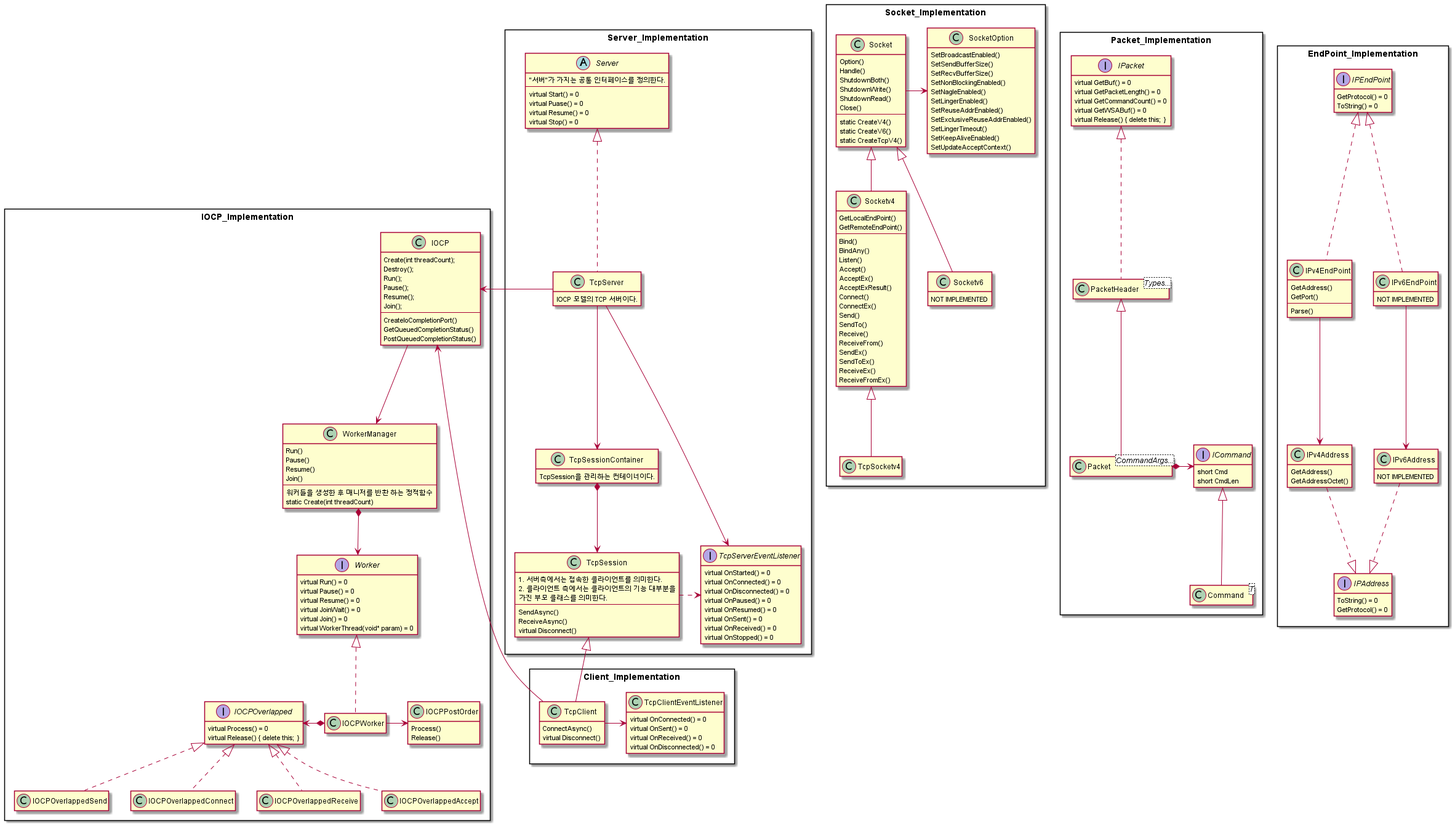
This is Documents/Images/NetworkStructure.png from yjd6808/_YJD_Harmony, a PlantUML export, as it was before one commit. Its source is kept beside it as Documents/Structure/NetworkStructure.puml. The source it was exported from:
```plantuml
@startuml NetworkStructure

hide empty methods
hide empty fields

rectangle EndPoint_Implementation {
    interface IPEndPoint {
        GetProtocol() = 0
        ToString() = 0
    }

    class IPv4EndPoint {
        GetAddress()
        GetPort()
        ---
        Parse()
    }
    class IPv6EndPoint {
        NOT IMPLEMENTED
    }

    interface IPAddress {
        ToString() = 0
        GetProtocol() = 0
    }
    class IPv4Address {
        GetAddress()
        GetAddressOctet()
    }
    class IPv6Address {
        NOT IMPLEMENTED
    }

    IPv4EndPoint .u.|> IPEndPoint
    IPv6EndPoint .u.|> IPEndPoint

    IPv4Address .d.|> IPAddress
    IPv6Address .d.|> IPAddress

    IPv4EndPoint -d-> IPv4Address
    IPv6EndPoint -d-> IPv6Address
}

rectangle Server_Implementation {
    abstract Server {
       "서버"가 가지는 공통 인터페이스를 정의한다.
       ---
       virtual Start() = 0
       virtual Puase() = 0
       virtual Resume() = 0
       virtual Stop() = 0
    }
    class TcpServer {
        IOCP 모델의 TCP 서버이다.
    }

    class TcpSession {
        1. 서버측에서는 접속한 클라이언트를 의미한다.
        2. 클라이언트 측에서는 클라이언트의 기능 대부분을
        가진 부모 클래스를 의미한다.
        ---
        SendAsync()
        ReceiveAsync()
        virtual Disconnect()
    }

    class TcpSessionContainer {
        TcpSession을 관리하는 컨테이너이다.
    }

    interface TcpServerEventListener {
        virtual OnStarted() = 0
        virtual OnConnected() = 0
        virtual OnDisconnected() = 0
        virtual OnPaused() = 0
        virtual OnResumed() = 0
        virtual OnSent() = 0
        virtual OnReceived() = 0
        virtual OnStopped() = 0
    }

    TcpServer .u.|> Server
    TcpServer --> TcpSessionContainer
    TcpSessionContainer *--> TcpSession
    TcpServer -r-> TcpServerEventListener
    TcpSession .r.> TcpServerEventListener
}

rectangle Client_Implementation {
    class TcpClient {
        ConnectAsync()
        virtual Disconnect()
    }
    class TcpClientEventListener {
        virtual OnConnected() = 0
        virtual OnSent() = 0
        virtual OnReceived() = 0
        virtual OnDisconnected() = 0
    }

    TcpClient -r-> TcpClientEventListener
}

rectangle IOCP_Implementation {
    class IOCP {
        Create(int threadCount);
        Destroy();
        Run();
        Pause();
        Resume();
        Join();
        ---
        CreateIoCompletionPort()
        GetQueuedCompletionStatus()
        PostQueuedCompletionStatus()
    }

    class WorkerManager {
        Run()
        Pause()
        Resume()
        Join()
        ---
        워커들을 생성한 후 매니저를 반환 하는 정적함수
        static Create(int threadCount)
    }

    interface Worker {
        virtual Run() = 0
        virtual Pause() = 0
        virtual Resume() = 0
        virtual JoinWait() = 0
        virtual Join() = 0
        virtual WorkerThread(void* param) = 0
    }
    class IOCPWorker
    class IOCPPostOrder {
        Process()
        Release()
    }

    interface IOCPOverlapped {
        virtual Process() = 0
        virtual Release() { delete this; }
    }

    IOCP --> WorkerManager
    IOCPWorker .u.|> Worker
    WorkerManager *--> Worker

    IOCPWorker *-l-> IOCPOverlapped
    IOCPWorker -r-> IOCPPostOrder

    IOCPOverlappedSend .u.|> IOCPOverlapped
    IOCPOverlappedConnect .u.|> IOCPOverlapped
    IOCPOverlappedReceive .u.|> IOCPOverlapped
    IOCPOverlappedAccept .u.|> IOCPOverlapped
}

rectangle Socket_Implementation {
    class Socket {
        Option()
        Handle()
        ShutdownBoth()
        ShutdownWrite()
        ShutdownRead()
        Close()
        ---
        static CreateV4()
        static CreateV6()
        static CreateTcpV4()
    }
    class Socketv4 {
        GetLocalEndPoint()
        GetRemoteEndPoint()
        ---
        Bind()
        BindAny()
        Listen()
        Accept()
        AcceptEx()
        AcceptExResult()
        Connect()
        ConnectEx()
        Send()
        SendTo()
        Receive()
        ReceiveFrom()
        SendEx()
        SendToEx()
        ReceiveEx()
        ReceiveFromEx()
    }

    class Socketv6 {
        NOT IMPLEMENTED
    }

    class TcpSocketv4
    class SocketOption {
         SetBroadcastEnabled()
         SetSendBufferSize()
         SetRecvBufferSize()
         SetNonBlockingEnabled()
         SetNagleEnabled()
         SetLingerEnabled()
         SetReuseAddrEnabled()
         SetExclusiveReuseAddrEnabled()
         SetLingerTimeout()
         SetKeepAliveEnabled()
         SetUpdateAcceptContext()
    }

    Socketv4 -u-|> Socket
    Socketv6 -u-|> Socket
    TcpSocketv4 -u-|> Socketv4
    Socket -r-> SocketOption
}


rectangle Packet_Implementation {
    interface ICommand {
        short Cmd
        short CmdLen
    }

    class Command<T>

    interface IPacket {
        virtual GetBuf() = 0
        virtual GetPacketLength() = 0
        virtual GetCommandCount() = 0
        virtual GetWSABuf() = 0
        virtual Release() { delete this; }
    }

    class PacketHeader<Types...>
    class Packet<CommandArgs...>

    Command -u-|> ICommand
    PacketHeader .u.|> IPacket
    Packet -u-|> PacketHeader
    Packet *-r-> ICommand
}

TcpClient -u-|> TcpSession
TcpServer -l-> IOCP
TcpClient -r-> IOCP



@enduml
```
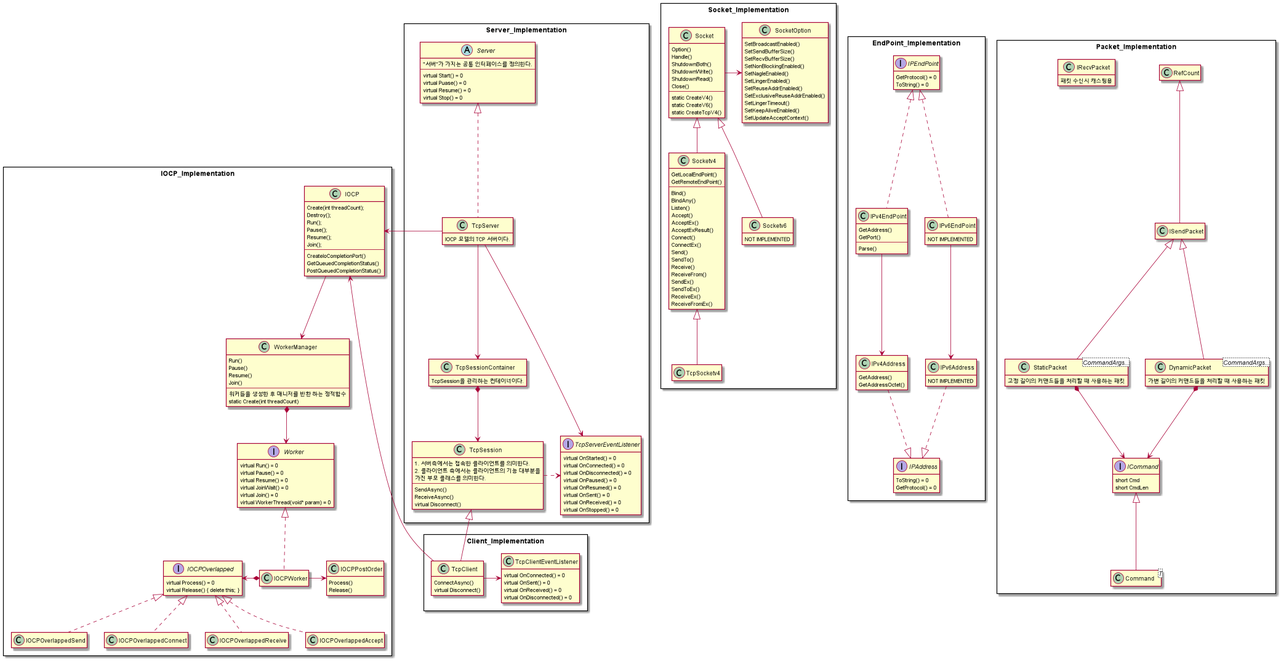
Above is the later version.

Diff of the diagram source:
```diff
@@ -226,21 +226,26 @@
 
     class Command<T>
 
-    interface IPacket {
-        virtual GetBuf() = 0
-        virtual GetPacketLength() = 0
-        virtual GetCommandCount() = 0
-        virtual GetWSABuf() = 0
-        virtual Release() { delete this; }
+    class RefCount
+    class ISendPacket {
+    }
+    class IRecvPacket {
+        패킷 수신시 캐스팅용
+    }
+    class StaticPacket<CommandArgs...> {
+        고정 길이의 커맨드들을 처리할 때 사용하는 패킷
     }
 
-    class PacketHeader<Types...>
-    class Packet<CommandArgs...>
+    class DynamicPacket<CommandArgs...> {
+        가변 길이의 커맨드들을 처리할 때 사용하는 패킷
+    }
 
     Command -u-|> ICommand
-    PacketHeader .u.|> IPacket
-    Packet -u-|> PacketHeader
-    Packet *-r-> ICommand
+    ISendPacket -u-|> RefCount
+    StaticPacket -u-|> ISendPacket
+    DynamicPacket -u-|> ISendPacket
+    DynamicPacket *-d-> ICommand
+    StaticPacket *-d-> ICommand
 }
 
 TcpClient -u-|> TcpSession
```
